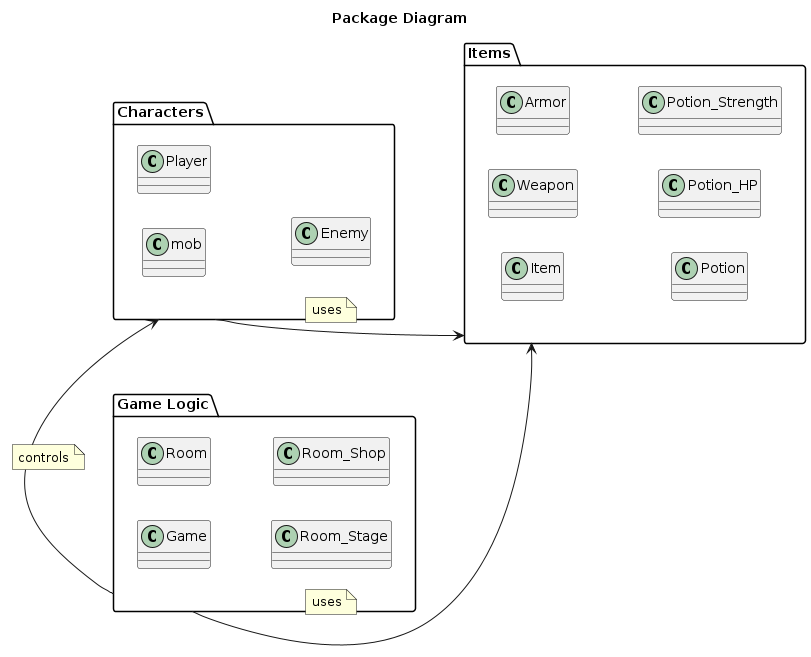
Above: game/uml/Development View.png in paulconnett/oop-group-final (PlantUML), before the change. Source of this version:
```plantuml
@startuml Development View
title Package Diagram

left to right direction

package "Characters" as CH {
  class mob
  class Player
  class Enemy
}

package "Game Logic" as GL {
  class Game
  class Room
  class Room_Stage
  class Room_Shop
}

package "Items" as IT {
  class Item
  class Weapon
  class Armor
  class Potion
  class Potion_HP
  class Potion_Strength
}

GL --> CH
note on link
controls
end note

GL --> IT
note on link
uses
end note

CH --> IT
note on link
uses
end note
@enduml
```
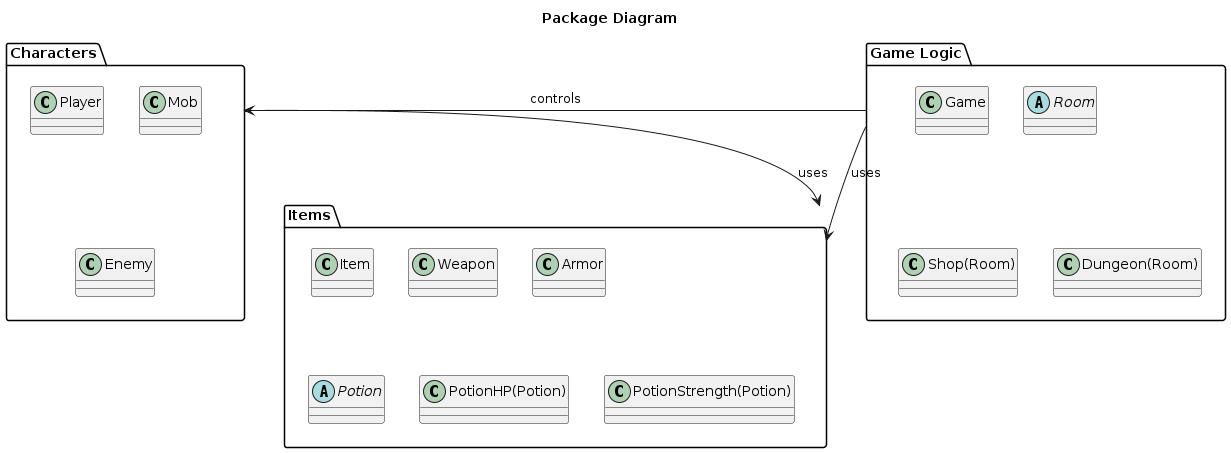
The same file after the commit.

What changed in the source:
```diff
@@ -1,42 +1,30 @@
 @startuml Development View
 title Package Diagram
 
-left to right direction
-
-package "Characters" as CH {
-  class mob
+package "Characters" {
   class Player
+  class Mob
   class Enemy
 }
 
-package "Game Logic" as GL {
-  class Game
-  class Room
-  class Room_Stage
-  class Room_Shop
-}
-
-package "Items" as IT {
+package "Items" {
   class Item
   class Weapon
   class Armor
-  class Potion
-  class Potion_HP
-  class Potion_Strength
+  abstract class Potion
+  class PotionHP(Potion)
+  class PotionStrength(Potion)
 }
 
-GL --> CH
-note on link
-controls
-end note
+package "Game Logic" {
+  class Game
+  abstract class Room
+  class Shop(Room)
+  class Dungeon(Room)
+}
 
-GL --> IT
-note on link
-uses
-end note
+"Game Logic" --> Characters : controls
+"Game Logic" --> Items : uses
+Characters --> Items : uses
 
-CH --> IT
-note on link
-uses
-end note
 @enduml
```
